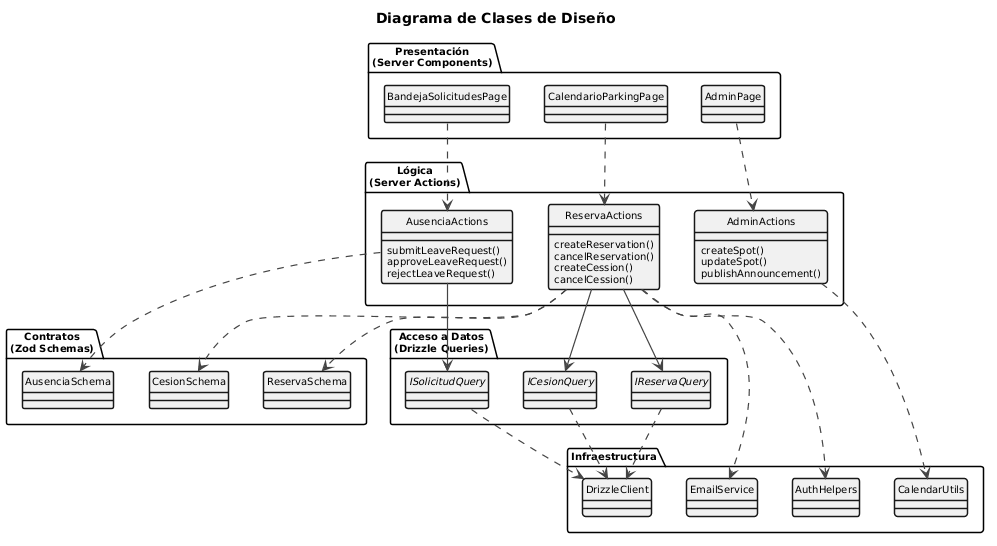
Above: modelosUML/png/disenoClases.png in lostal/seven-suite (PlantUML), before the change.
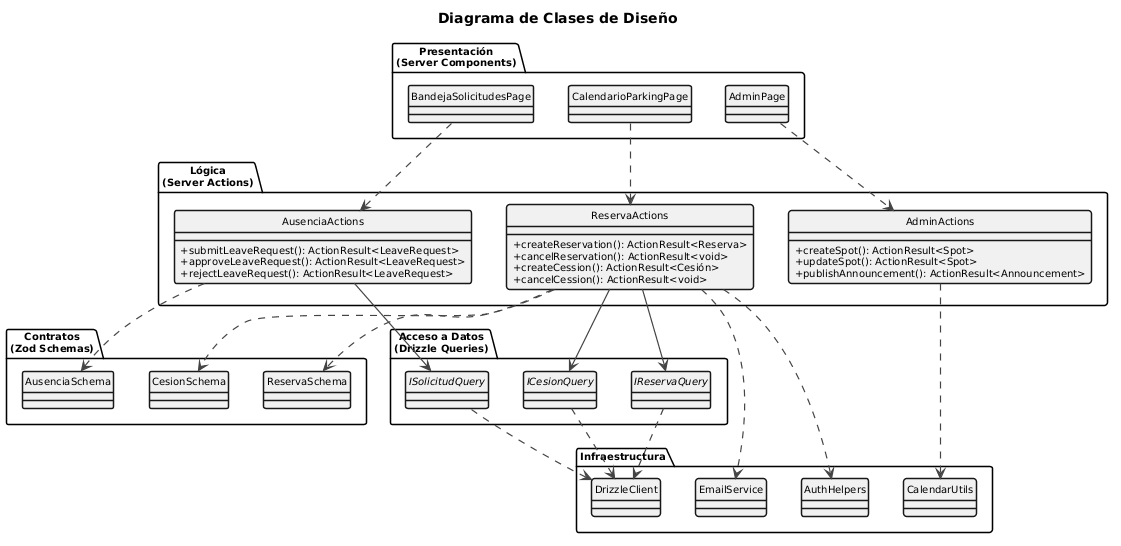
The same diagram one commit later.

The edit, as a diff of the source:
```diff
@@ -1,4 +1,5 @@
-@startuml
+@startuml disenoClases
+
 title Diagrama de Clases de Diseño
 
 skinparam defaultFontName Arial
@@ -22,20 +23,20 @@
 
 package "Lógica\n(Server Actions)" {
   class ReservaActions {
-    createReservation()
-    cancelReservation()
-    createCession()
-    cancelCession()
+    + createReservation(): ActionResult<Reserva>
+    + cancelReservation(): ActionResult<void>
+    + createCession(): ActionResult<Cesión>
+    + cancelCession(): ActionResult<void>
   }
   class AusenciaActions {
-    submitLeaveRequest()
-    approveLeaveRequest()
-    rejectLeaveRequest()
+    + submitLeaveRequest(): ActionResult<LeaveRequest>
+    + approveLeaveRequest(): ActionResult<LeaveRequest>
+    + rejectLeaveRequest(): ActionResult<LeaveRequest>
   }
   class AdminActions {
-    createSpot()
-    updateSpot()
-    publishAnnouncement()
+    + createSpot(): ActionResult<Spot>
+    + updateSpot(): ActionResult<Spot>
+    + publishAnnouncement(): ActionResult<Announcement>
   }
 }
 
@@ -81,4 +82,5 @@
 ReservaActions ..> AuthHelpers
 ReservaActions ..> EmailService
 AdminActions ..> CalendarUtils
+
 @enduml
```
